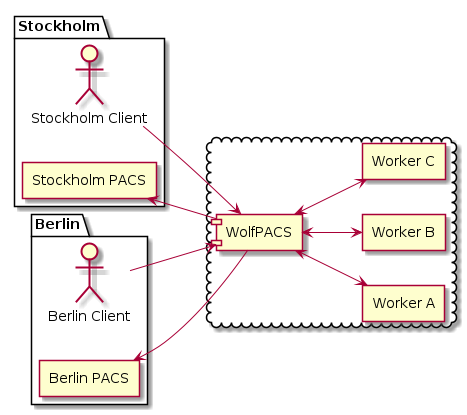
Earlier version of the PlantUML export priv/dream1.png (wolfpacs/wolfpacs). Source of this version:
```plantuml
@startuml
left to right direction
skinparam packageStyle rectangle

package Stockholm {
actor "Stockholm Client" as S_CLIENT
agent "Stockholm PACS" as S_PACS
}

package Berlin {
actor "Berlin Client" as B_CLIENT
agent "Berlin PACS" as B_PACS
}

cloud {

component "WolfPACS" as WP

agent "Worker A" as WA
agent "Worker B" as WB
agent "Worker C" as WC
}

S_CLIENT --> WP
B_CLIENT --> WP

WP <--> WA
WP <--> WB
WP <--> WC

WP --> S_PACS
WP --> B_PACS

@enduml
```
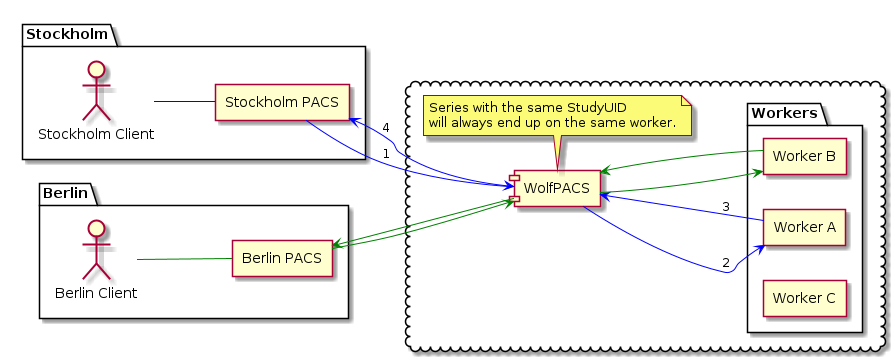
After the commit.

Commit message:
dream1: Improve sequence

What changed in the source:
```diff
@@ -16,19 +16,38 @@
 
 component "WolfPACS" as WP
 
-agent "Worker A" as WA
-agent "Worker B" as WB
-agent "Worker C" as WC
+package Workers {
+	agent "Worker A" as WA
+	agent "Worker B" as WB
+	agent "Worker C" as WC
 }
 
-S_CLIENT --> WP
-B_CLIENT --> WP
+note bottom of WP
+     Series with the same StudyUID
+     will always end up on the same worker.
+end note
 
-WP <--> WA
-WP <--> WB
-WP <--> WC
+}
 
-WP --> S_PACS
-WP --> B_PACS
+S_CLIENT -[#blue]- S_PACS
+
+S_PACS -[#blue]-> WP : 1
+
+WP -[#blue]-> WA : 2
+
+WP <-[#blue]- WA : 3
+
+WP -[#blue]-> S_PACS : 4
+
+B_CLIENT -[#green]- B_PACS
+
+B_PACS -[#green]-> WP
+
+WP -[#green]-> WB
+
+WP <-[#green]- WB
+
+WP -[#green]-> B_PACS
+
 
 @enduml
```
